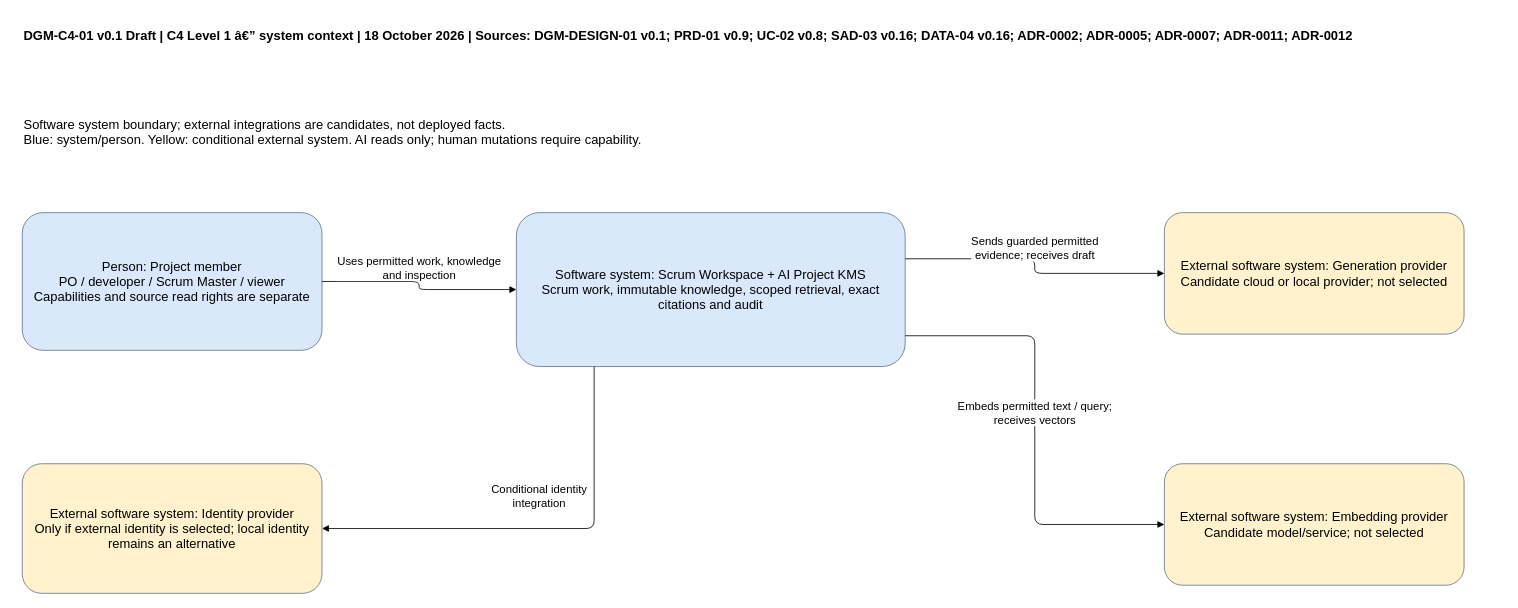
Above: docs/sdlc/diagrams/c4/system-context.drawio in 900M100CK/scrum-workspace-KMS-ai (draw.io), before the change. Source tidied: cells renumbered, new cells numbered last; positions are measured from the earlier drawing's top-left corner, leaving out a move shared by most shapes. Both pictures are drawn from the tidied source at 81%, with x=0, y=0 at pixel (14, 14).
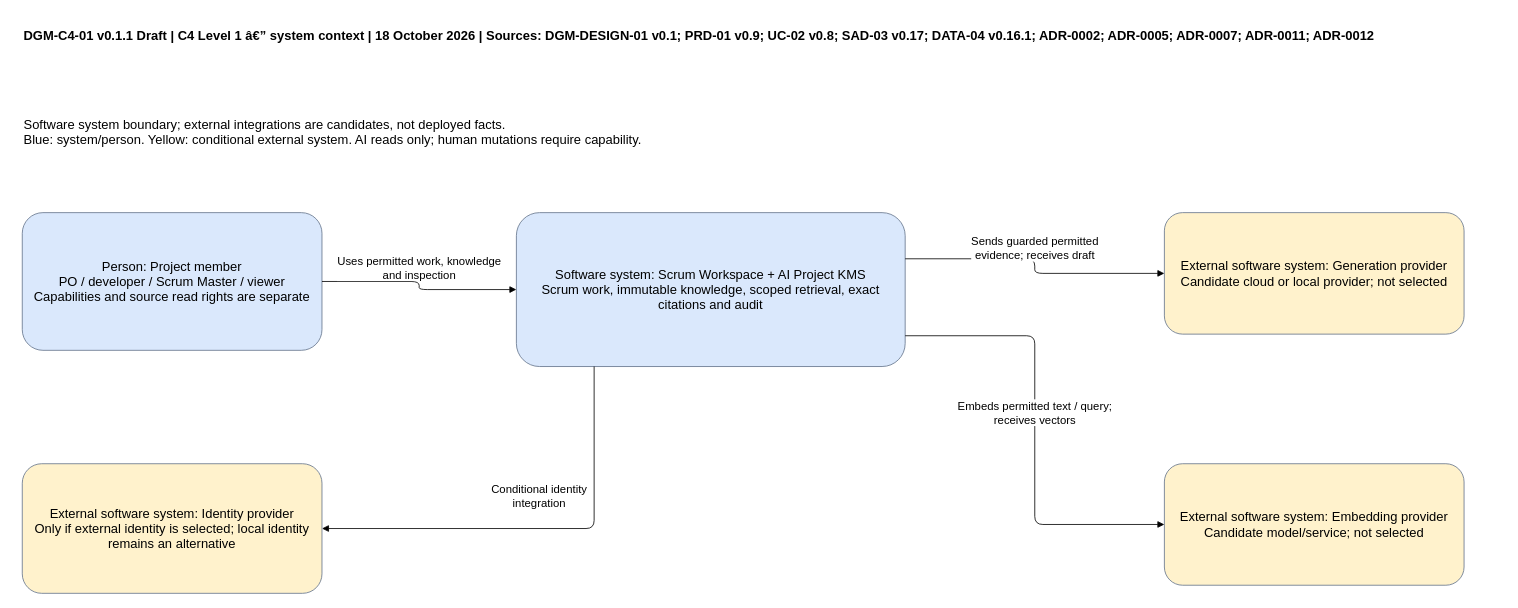
After the change.

The edit, as a diff of the source:
```diff
@@
 <mxGraphModel>
   <root>
     <mxCell id="0" />
     <mxCell id="1" parent="0" />
     <mxCell id="2" value="Person: Project member&lt;br/&gt;PO / developer / Scrum Master / viewer&lt;br/&gt;Capabilities and source read rights are separate" style="rounded=1;fillColor=#dae8fc;strokeColor=#64748b;whiteSpace=wrap;html=1;fontSize=16;spacing=12;" parent="1" vertex="1">
       <mxGeometry x="10" y="245" width="370" height="170" as="geometry" />
     </mxCell>
     <mxCell id="3" value="Software system: Scrum Workspace + AI Project KMS&lt;br/&gt;Scrum work, immutable knowledge, scoped retrieval, exact citations and audit" style="rounded=1;fillColor=#dae8fc;strokeColor=#64748b;whiteSpace=wrap;html=1;fontSize=16;spacing=12;" parent="1" vertex="1">
       <mxGeometry x="620" y="245" width="480" height="190" as="geometry" />
     </mxCell>
     <mxCell id="4" value="External software system: Generation provider&lt;br/&gt;Candidate cloud or local provider; not selected" style="rounded=1;fillColor=#fff2cc;strokeColor=#64748b;whiteSpace=wrap;html=1;fontSize=16;spacing=12;" parent="1" vertex="1">
       <mxGeometry x="1420" y="245" width="370" height="150" as="geometry" />
     </mxCell>
     <mxCell id="5" value="External software system: Embedding provider&lt;br/&gt;Candidate model/service; not selected" style="rounded=1;fillColor=#fff2cc;strokeColor=#64748b;whiteSpace=wrap;html=1;fontSize=16;spacing=12;" parent="1" vertex="1">
       <mxGeometry x="1420" y="555" width="370" height="150" as="geometry" />
     </mxCell>
     <mxCell id="6" value="External software system: Identity provider&lt;br/&gt;Only if external identity is selected; local identity remains an alternative" style="rounded=1;fillColor=#fff2cc;strokeColor=#64748b;whiteSpace=wrap;html=1;fontSize=16;spacing=12;" parent="1" vertex="1">
       <mxGeometry x="10" y="555" width="370" height="160" as="geometry" />
     </mxCell>
     <mxCell id="7" value="Uses permitted work, knowledge&lt;br/&gt;and inspection" style="edgeStyle=none;rounded=1;jettySize=auto;html=1;fontSize=14;labelBackgroundColor=#ffffff;endArrow=block;edgeStyle=orthogonalEdgeStyle;exitX=1;exitY=0.5;entryX=0;entryY=0.5;exitPerimeter=0;entryPerimeter=0;" parent="1" edge="1" source="2" target="3">
       <mxGeometry relative="1" as="geometry">
         <mxPoint y="-22" as="offset" />
       </mxGeometry>
     </mxCell>
     <mxCell id="8" value="Sends guarded permitted&lt;br/&gt;evidence; receives draft" style="edgeStyle=none;rounded=1;jettySize=auto;html=1;fontSize=14;labelBackgroundColor=#ffffff;endArrow=block;edgeStyle=orthogonalEdgeStyle;exitX=1;exitY=0.3;entryX=0;entryY=0.5;exitPerimeter=0;entryPerimeter=0;" parent="1" edge="1" source="3" target="4">
       <mxGeometry relative="1" as="geometry">
         <mxPoint y="-22" as="offset" />
       </mxGeometry>
     </mxCell>
     <mxCell id="9" value="Embeds permitted text / query;&lt;br/&gt;receives vectors" style="edgeStyle=none;rounded=1;jettySize=auto;html=1;fontSize=14;labelBackgroundColor=#ffffff;endArrow=block;edgeStyle=orthogonalEdgeStyle;exitX=1;exitY=0.8;entryX=0;entryY=0.5;exitPerimeter=0;entryPerimeter=0;" parent="1" edge="1" source="3" target="5">
       <mxGeometry relative="1" as="geometry">
         <Array as="points">
           <mxPoint x="1260" y="397" />
           <mxPoint x="1260" y="630" />
         </Array>
         <mxPoint y="-22" as="offset" />
       </mxGeometry>
     </mxCell>
     <mxCell id="10" value="Conditional identity&lt;br/&gt;integration" style="edgeStyle=none;rounded=1;jettySize=auto;html=1;fontSize=14;labelBackgroundColor=#ffffff;endArrow=block;edgeStyle=orthogonalEdgeStyle;exitX=0.2;exitY=1;entryX=1;entryY=0.5;exitPerimeter=0;entryPerimeter=0;" parent="1" edge="1" source="3" target="6">
       <mxGeometry relative="1" as="geometry">
         <Array as="points">
           <mxPoint x="716" y="635" />
         </Array>
         <mxPoint y="-40" as="offset" />
       </mxGeometry>
     </mxCell>
-    <mxCell id="11" value="DGM-C4-01 v0.1 Draft | C4 Level 1 â€” system context | 18 October 2026 | Sources: DGM-DESIGN-01 v0.1; PRD-01 v0.9; UC-02 v0.8; SAD-03 v0.16; DATA-04 v0.16; ADR-0002; ADR-0005; ADR-0007; ADR-0011; ADR-0012" style="text;align=left;fontStyle=1;whiteSpace=wrap;html=1;fontSize=16;spacing=12;" parent="1" vertex="1">
+    <mxCell id="11" value="DGM-C4-01 v0.1.1 Draft | C4 Level 1 â€” system context | 18 October 2026 | Sources: DGM-DESIGN-01 v0.1; PRD-01 v0.9; UC-02 v0.8; SAD-03 v0.17; DATA-04 v0.16.1; ADR-0002; ADR-0005; ADR-0007; ADR-0011; ADR-0012" style="text;align=left;fontStyle=1;whiteSpace=wrap;html=1;fontSize=16;spacing=12;" parent="1" vertex="1">
       <mxGeometry width="1840" height="105" as="geometry" />
     </mxCell>
     <mxCell id="12" value="Software system boundary; external integrations are candidates, not deployed facts.&lt;br/&gt;Blue: system/person. Yellow: conditional external system. AI reads only; human mutations require capability." style="text;align=left;whiteSpace=wrap;html=1;fontSize=16;spacing=12;" parent="1" vertex="1">
       <mxGeometry y="110" width="1840" height="75" as="geometry" />
     </mxCell>
   </root>
 </mxGraphModel>
```
